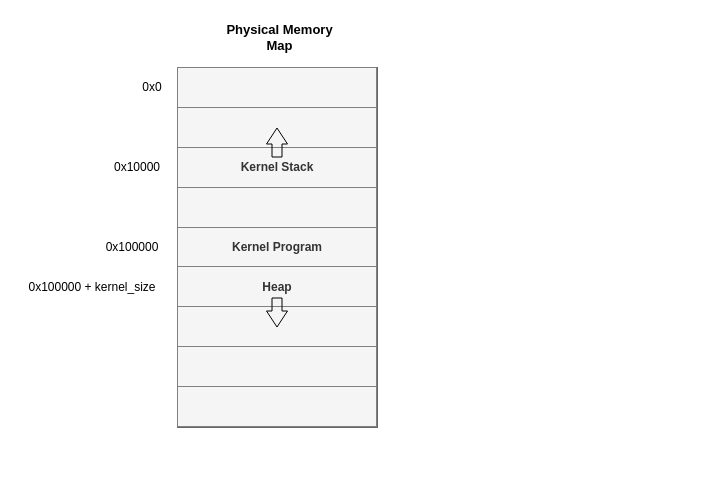
The draw.io diagram doc/Drafts/Physical_Memory_Map.drawio in sandwichdoge/catchOS, before the edit. Source tidied: cells renumbered, new cells numbered last; positions are measured from the earlier drawing's top-left corner, leaving out a move shared by most shapes. Both pictures are drawn from the tidied source at 100%, with x=0, y=0 at pixel (17, 17).
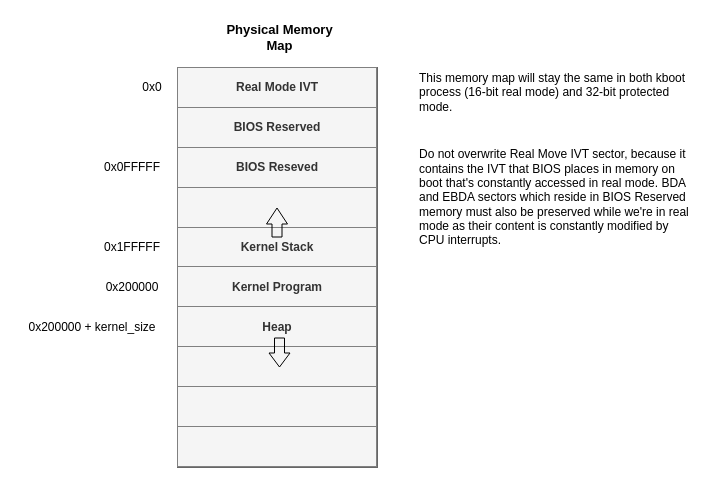
Above is the later version.

Commit message (it also covers changes not shown here):
update memory map layout

The edit, as a diff of the source:
```diff
@@
 <mxGraphModel>
   <root>
     <mxCell id="0" />
     <mxCell id="1" parent="0" />
-    <mxCell id="2" value="&lt;table style=&quot;width: 100% ; height: 100% ; border-collapse: collapse&quot; width=&quot;100%&quot; cellpadding=&quot;4&quot; border=&quot;1&quot;&gt;&lt;tbody&gt;&lt;tr&gt;&lt;td align=&quot;center&quot;&gt;&lt;b&gt;&lt;br&gt;&lt;/b&gt;&lt;/td&gt;&lt;/tr&gt;&lt;tr align=&quot;center&quot;&gt;&lt;td&gt;&lt;b&gt;&lt;br&gt;&lt;/b&gt;&lt;/td&gt;&lt;/tr&gt;&lt;tr align=&quot;center&quot;&gt;&lt;td&gt;&lt;b&gt;Kernel Stack&lt;br&gt;&lt;/b&gt;&lt;/td&gt;&lt;/tr&gt;&lt;tr align=&quot;center&quot;&gt;&lt;td&gt;&lt;b&gt;&lt;br&gt;&lt;/b&gt;&lt;/td&gt;&lt;/tr&gt;&lt;tr align=&quot;center&quot;&gt;&lt;td&gt;&lt;b&gt;Kernel Program&lt;/b&gt;&lt;/td&gt;&lt;/tr&gt;&lt;tr align=&quot;center&quot;&gt;&lt;td&gt;&lt;b&gt;Heap&lt;br&gt;&lt;/b&gt;&lt;/td&gt;&lt;/tr&gt;&lt;tr align=&quot;center&quot;&gt;&lt;td&gt;&lt;b&gt;&lt;br&gt;&lt;/b&gt;&lt;/td&gt;&lt;/tr&gt;&lt;tr&gt;&lt;td&gt;&lt;b&gt;&lt;br&gt;&lt;/b&gt;&lt;/td&gt;&lt;/tr&gt;&lt;tr align=&quot;center&quot;&gt;&lt;td&gt;&lt;b&gt;&lt;br&gt;&lt;/b&gt;&lt;/td&gt;&lt;/tr&gt;&lt;/tbody&gt;&lt;/table&gt;" style="text;html=1;overflow=fill;fillColor=#f5f5f5;strokeColor=#666666;fontColor=#333333;" parent="1" vertex="1">
-      <mxGeometry x="160" y="50" width="200" height="360" as="geometry" />
+    <mxCell id="2" value="&lt;table style=&quot;width: 100% ; height: 100% ; border-collapse: collapse&quot; width=&quot;100%&quot; cellpadding=&quot;4&quot; border=&quot;1&quot;&gt;&lt;tbody&gt;&lt;tr align=&quot;center&quot;&gt;&lt;td&gt;&lt;b&gt;Real Mode IVT&lt;br&gt;&lt;/b&gt;&lt;/td&gt;&lt;/tr&gt;&lt;tr&gt;&lt;td align=&quot;center&quot;&gt;&lt;b&gt;BIOS Reserved&lt;br&gt;&lt;/b&gt;&lt;/td&gt;&lt;/tr&gt;&lt;tr align=&quot;center&quot;&gt;&lt;td&gt;&lt;b&gt;BIOS Reseved&lt;br&gt;&lt;/b&gt;&lt;/td&gt;&lt;/tr&gt;&lt;tr align=&quot;center&quot;&gt;&lt;td&gt;&lt;b&gt;&lt;br&gt;&lt;/b&gt;&lt;/td&gt;&lt;/tr&gt;&lt;tr align=&quot;center&quot;&gt;&lt;td&gt;&lt;b&gt;&lt;b&gt;Kernel Stack&lt;/b&gt;&lt;/b&gt;&lt;/td&gt;&lt;/tr&gt;&lt;tr align=&quot;center&quot;&gt;&lt;td&gt;&lt;b&gt;Kernel Program&lt;/b&gt;&lt;/td&gt;&lt;/tr&gt;&lt;tr align=&quot;center&quot;&gt;&lt;td&gt;&lt;b&gt;Heap&lt;br&gt;&lt;/b&gt;&lt;/td&gt;&lt;/tr&gt;&lt;tr align=&quot;center&quot;&gt;&lt;td&gt;&lt;b&gt;&lt;br&gt;&lt;/b&gt;&lt;/td&gt;&lt;/tr&gt;&lt;tr&gt;&lt;td&gt;&lt;b&gt;&lt;br&gt;&lt;/b&gt;&lt;/td&gt;&lt;/tr&gt;&lt;tr align=&quot;center&quot;&gt;&lt;td&gt;&lt;b&gt;&lt;br&gt;&lt;/b&gt;&lt;/td&gt;&lt;/tr&gt;&lt;/tbody&gt;&lt;/table&gt;" style="text;html=1;overflow=fill;fillColor=#f5f5f5;strokeColor=#666666;fontColor=#333333;" parent="1" vertex="1">
+      <mxGeometry x="160" y="50" width="200" height="400" as="geometry" />
     </mxCell>
-    <mxCell id="3" value="0x10000" style="text;html=1;strokeColor=none;fillColor=none;align=center;verticalAlign=middle;whiteSpace=wrap;rounded=0;" parent="1" vertex="1">
-      <mxGeometry x="90" y="140" width="60" height="20" as="geometry" />
+    <mxCell id="3" value="0x1FFFFF" style="text;html=1;strokeColor=none;fillColor=none;align=center;verticalAlign=middle;whiteSpace=wrap;rounded=0;" parent="1" vertex="1">
+      <mxGeometry x="80" y="220" width="70" height="20" as="geometry" />
     </mxCell>
-    <mxCell id="4" value="0x100000" style="text;html=1;strokeColor=none;fillColor=none;align=center;verticalAlign=middle;whiteSpace=wrap;rounded=0;" parent="1" vertex="1">
-      <mxGeometry x="80" y="220" width="70" height="20" as="geometry" />
+    <mxCell id="4" value="0x200000" style="text;html=1;strokeColor=none;fillColor=none;align=center;verticalAlign=middle;whiteSpace=wrap;rounded=0;" parent="1" vertex="1">
+      <mxGeometry x="80" y="260" width="70" height="20" as="geometry" />
     </mxCell>
     <mxCell id="5" value="0x0" style="text;html=1;strokeColor=none;fillColor=none;align=center;verticalAlign=middle;whiteSpace=wrap;rounded=0;" parent="1" vertex="1">
       <mxGeometry x="120" y="60" width="30" height="20" as="geometry" />
     </mxCell>
-    <mxCell id="6" value="0x100000 + kernel_size" style="text;html=1;strokeColor=none;fillColor=none;align=center;verticalAlign=middle;whiteSpace=wrap;rounded=0;" parent="1" vertex="1">
-      <mxGeometry y="260" width="150" height="20" as="geometry" />
+    <mxCell id="6" value="0x200000 + kernel_size" style="text;html=1;strokeColor=none;fillColor=none;align=center;verticalAlign=middle;whiteSpace=wrap;rounded=0;" parent="1" vertex="1">
+      <mxGeometry y="300" width="150" height="20" as="geometry" />
     </mxCell>
     <mxCell id="7" value="&lt;b&gt;&lt;font style=&quot;font-size: 13px&quot;&gt;Physical Memory Map&lt;/font&gt;&lt;/b&gt;" style="text;html=1;strokeColor=none;fillColor=none;align=center;verticalAlign=middle;whiteSpace=wrap;rounded=0;" parent="1" vertex="1">
       <mxGeometry x="205" width="115" height="40" as="geometry" />
     </mxCell>
     <mxCell id="8" style="shape=flexArrow;endArrow=classic;html=1;endWidth=10;endSize=5;" parent="1" edge="1">
       <mxGeometry relative="1" as="geometry">
-        <mxPoint x="259.5" y="140" as="sourcePoint" />
-        <mxPoint x="259.5" y="110" as="targetPoint" />
+        <mxPoint x="259.5" y="220" as="sourcePoint" />
+        <mxPoint x="259.5" y="190" as="targetPoint" />
       </mxGeometry>
     </mxCell>
-    <mxCell id="9" style="shape=flexArrow;endArrow=classic;html=1;endWidth=10;endSize=5;" parent="1" edge="1">
+    <mxCell id="9" style="shape=flexArrow;endArrow=classic;html=1;endWidth=10;endSize=4.33;" parent="1" edge="1">
       <mxGeometry relative="1" as="geometry">
-        <mxPoint x="259.5" y="280" as="sourcePoint" />
-        <mxPoint x="259.5" y="310" as="targetPoint" />
+        <mxPoint x="262" y="320" as="sourcePoint" />
+        <mxPoint x="262" y="350" as="targetPoint" />
       </mxGeometry>
     </mxCell>
+    <mxCell id="10" value="&lt;div&gt;0x0FFFFF&lt;/div&gt;" style="text;html=1;strokeColor=none;fillColor=none;align=center;verticalAlign=middle;whiteSpace=wrap;rounded=0;" parent="1" vertex="1">
+      <mxGeometry x="80" y="140" width="70" height="20" as="geometry" />
+    </mxCell>
+    <mxCell id="11" value="&lt;div&gt;Do not overwrite Real Move IVT sector, because it contains the IVT that BIOS places in memory on boot that's constantly accessed in real mode. BDA and EBDA sectors which reside in BIOS Reserved memory must also be preserved while we're in real mode as their content is constantly modified by CPU interrupts.&lt;br&gt;&lt;/div&gt;" style="text;html=1;strokeColor=none;fillColor=none;align=left;verticalAlign=middle;whiteSpace=wrap;rounded=0;" parent="1" vertex="1">
+      <mxGeometry x="400" y="120" width="280" height="120" as="geometry" />
+    </mxCell>
+    <mxCell id="12" value="This memory map will stay the same in both kboot process (16-bit real mode) and 32-bit protected mode." style="text;html=1;strokeColor=none;fillColor=none;align=left;verticalAlign=middle;whiteSpace=wrap;rounded=0;" parent="1" vertex="1">
+      <mxGeometry x="400" y="50" width="280" height="50" as="geometry" />
+    </mxCell>
   </root>
 </mxGraphModel>
```
